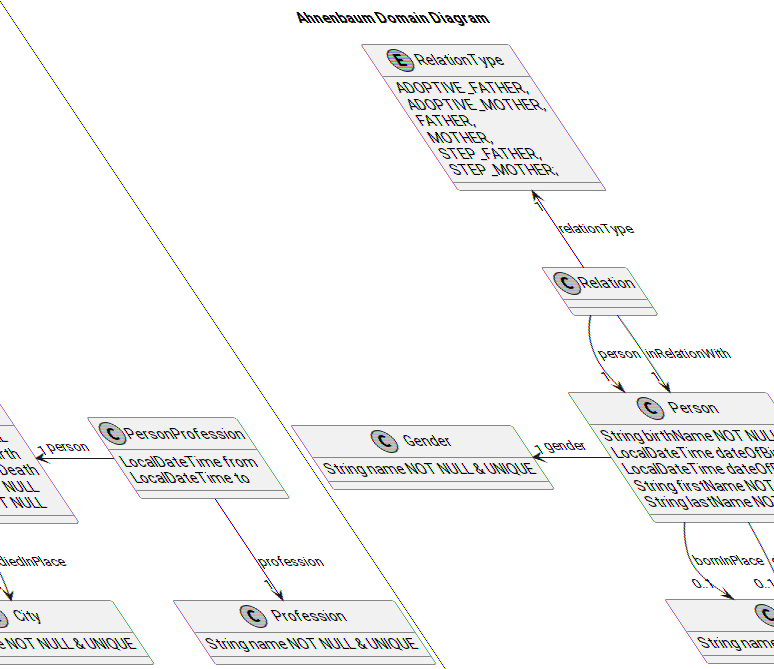
greifentor/ahnenbaum keeps this PlantUML diagram as docs/architecture/domain-model.png. Above is the earlier version. Its source is kept beside it as docs/architecture/domain-model.plantuml.
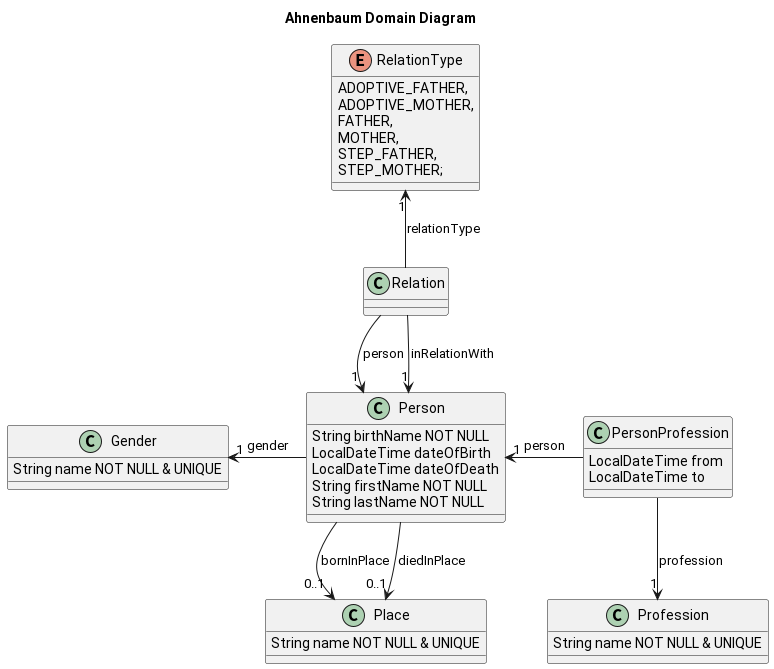
Later version of the same file.

Change to the diagram source:
```diff
@@ -3,7 +3,7 @@
 title Ahnenbaum Domain Diagram
 
 
-class City {
+class Gender {
 
 	String name NOT NULL & UNIQUE
 
@@ -19,7 +19,7 @@
 
 }
 
-class Gender {
+class Place {
 
 	String name NOT NULL & UNIQUE
 
@@ -52,8 +52,8 @@
 
 }
 
-Person --> "0..1" City : bornInPlace
-Person --> "0..1" City : diedInPlace
+Person --> "0..1" Place : bornInPlace
+Person --> "0..1" Place : diedInPlace
 Person -LEFT-> "1" Gender : gender
 
 PersonProfession -LEFT-> "1" Person : person
```
